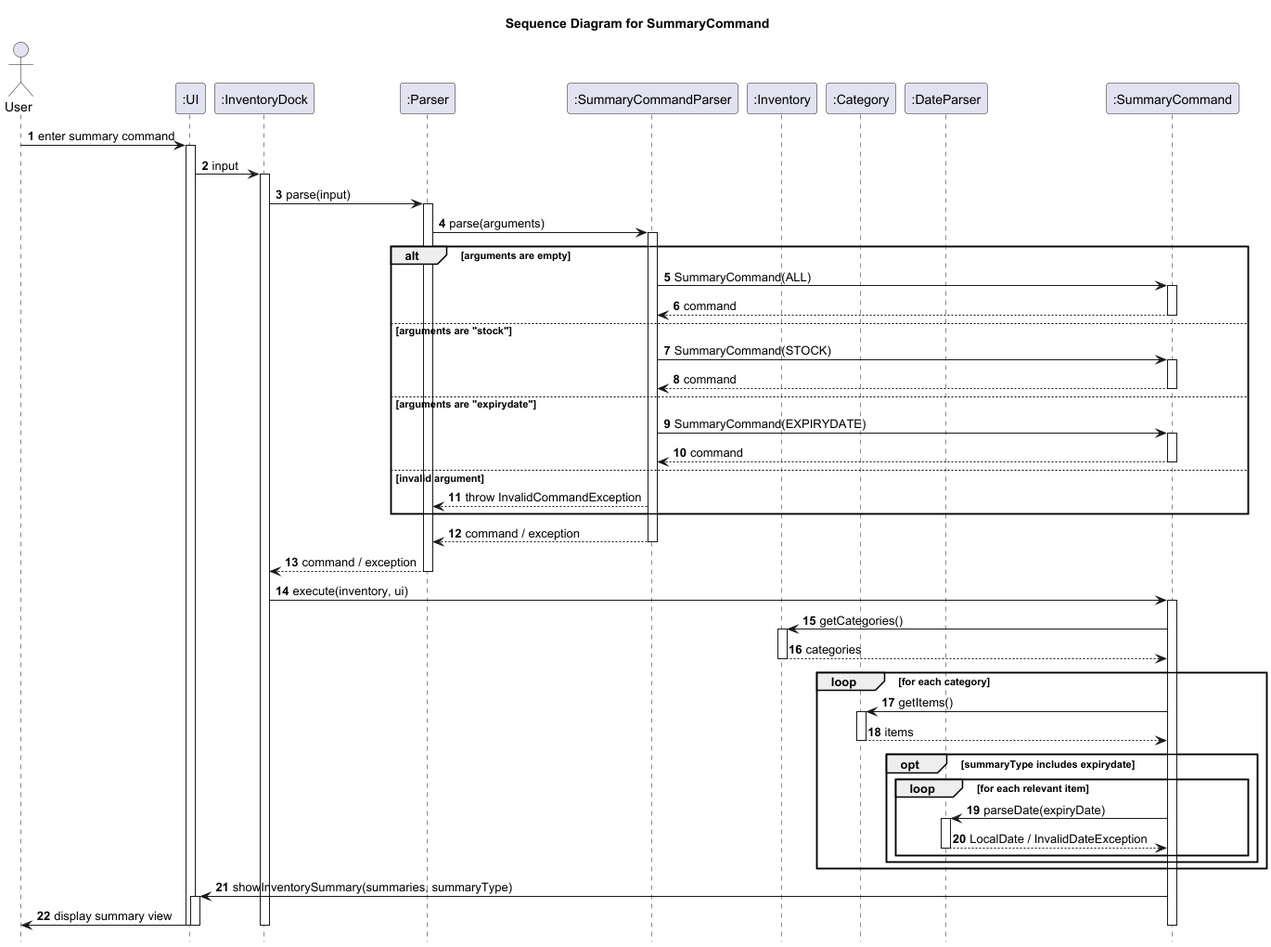
This is docs/diagrams/sequence/SummaryCommandMainFlow.png from KOIiiii07/tp, a PlantUML export, as it was before one commit.
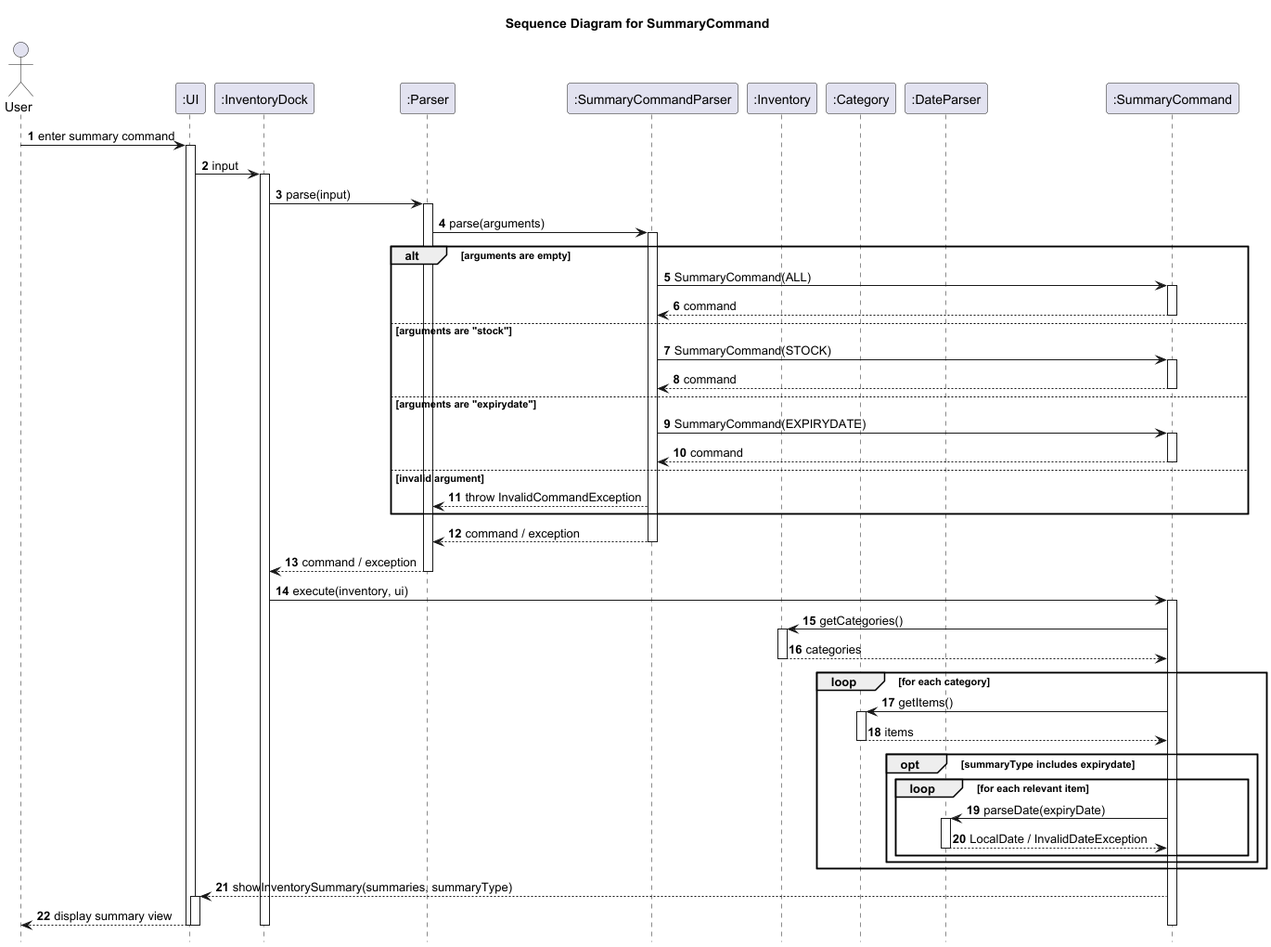
After the commit.

Diff of the diagram source:
```diff
@@ -75,9 +75,9 @@
     end
 end
 
-SummaryCommand -> UI: showInventorySummary(summaries, summaryType)
+SummaryCommand --> UI: showInventorySummary(summaries, summaryType)
 activate UI
-UI -> User: display summary view
+UI --> User: display summary view
 deactivate UI
 
 deactivate SummaryCommand
```
